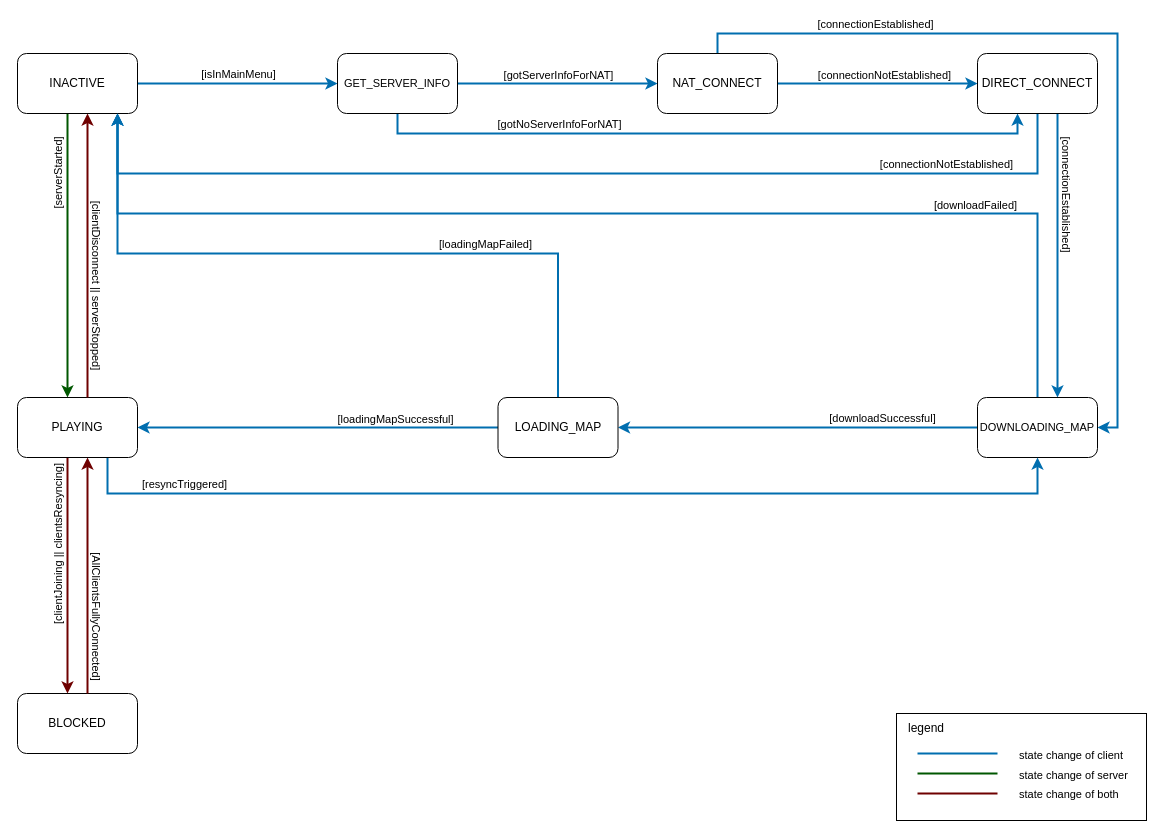
Before: docs/State_Machine.drawio in CitiesSkylinesMultiplayer/CS2M, a draw.io diagram. Source tidied: cells renumbered, new cells numbered last; positions are measured from the earlier drawing's top-left corner, leaving out a move shared by most shapes. Both pictures are drawn from the tidied source at 100%, with x=0, y=0 at pixel (17, 33).
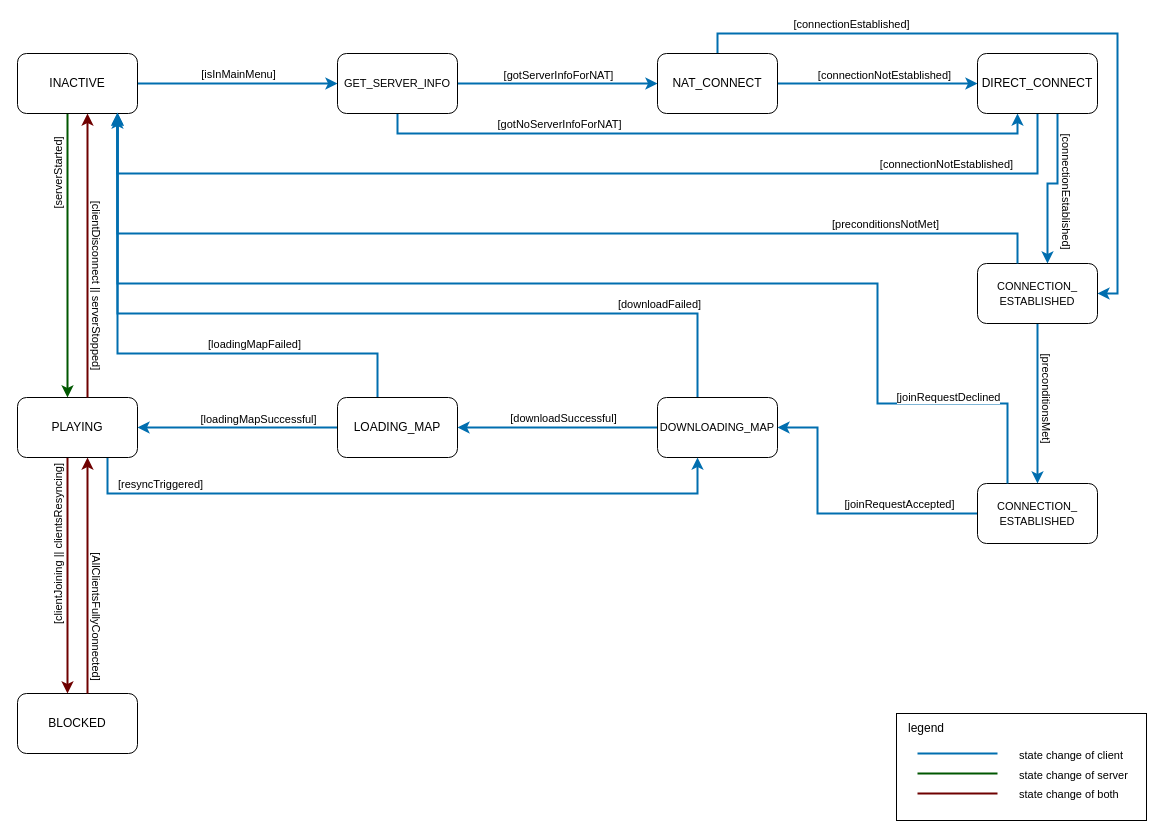
The same page after the edit.

The change refers to these unchanged cells:
```xml
<mxCell id="7" value="INACTIVE" style="rounded=1;whiteSpace=wrap;html=1;" parent="1" vertex="1">
  <mxGeometry y="20" width="120" height="60" as="geometry" />
</mxCell>
<mxCell id="17" value="NAT_CONNECT" style="whiteSpace=wrap;html=1;rounded=1;" parent="1" vertex="1">
  <mxGeometry x="640" y="20" width="120" height="60" as="geometry" />
</mxCell>
<mxCell id="22" value="DIRECT_CONNECT" style="whiteSpace=wrap;html=1;rounded=1;" parent="1" vertex="1">
  <mxGeometry x="960" y="20" width="120" height="60" as="geometry" />
</mxCell>
<mxCell id="23" style="edgeStyle=orthogonalEdgeStyle;rounded=0;jettySize=auto;html=1;fillColor=#1ba1e2;strokeColor=#006EAF;strokeWidth=2;" parent="1" edge="1" source="27" target="32">
  <mxGeometry relative="1" as="geometry" />
</mxCell>
<mxCell id="37" value="PLAYING" style="whiteSpace=wrap;html=1;rounded=1;" parent="1" vertex="1">
  <mxGeometry y="364" width="120" height="60" as="geometry" />
</mxCell>
```

Change to the diagram source:
```diff
@@
-    <mxCell id="15" style="edgeStyle=orthogonalEdgeStyle;rounded=0;jettySize=auto;html=1;fillColor=#1ba1e2;strokeColor=#006EAF;strokeWidth=2;" parent="1" edge="1" source="17" target="27">
+    <mxCell id="15" style="edgeStyle=orthogonalEdgeStyle;rounded=0;jettySize=auto;html=1;fillColor=#1ba1e2;strokeColor=#006EAF;strokeWidth=2;entryX=1;entryY=0.5;entryDx=0;entryDy=0;" parent="1" edge="1" source="17" target="52">
       <mxGeometry relative="1" as="geometry">
         <Array as="points">
           <mxPoint x="700" />
           <mxPoint x="1100" />
-          <mxPoint x="1100" y="394" />
+          <mxPoint x="1100" y="260" />
         </Array>
       </mxGeometry>
     </mxCell>
@@
-    <mxCell id="18" style="edgeStyle=orthogonalEdgeStyle;rounded=0;jettySize=auto;html=1;fillColor=#1ba1e2;strokeColor=#006EAF;strokeWidth=2;" parent="1" edge="1" source="22" target="27">
+    <mxCell id="18" style="edgeStyle=orthogonalEdgeStyle;rounded=0;jettySize=auto;html=1;fillColor=#1ba1e2;strokeColor=#006EAF;strokeWidth=2;" parent="1" edge="1" source="22" target="52">
       <mxGeometry relative="1" as="geometry">
         <Array as="points">
-          <mxPoint x="1040" y="220" />
-          <mxPoint x="1040" y="220" />
+          <mxPoint x="1040" y="150" />
+          <mxPoint x="1030" y="150" />
         </Array>
       </mxGeometry>
     </mxCell>
     <mxCell id="19" value="[connectionEstablished]" style="edgeLabel;html=1;align=center;verticalAlign=middle;rotation=90;" parent="18" vertex="1">
       <mxGeometry x="-0.66" y="-3" relative="1" as="geometry">
-        <mxPoint x="13" y="32" as="offset" />
+        <mxPoint x="13" y="50" as="offset" />
       </mxGeometry>
     </mxCell>
@@
     <mxCell id="24" value="[downloadSuccessful]" style="edgeLabel;html=1;align=center;verticalAlign=middle;" parent="23" vertex="1">
       <mxGeometry x="-0.55" y="2" relative="1" as="geometry">
-        <mxPoint x="-15" y="-12" as="offset" />
+        <mxPoint x="-50" y="-12" as="offset" />
       </mxGeometry>
     </mxCell>
     <mxCell id="25" style="edgeStyle=orthogonalEdgeStyle;rounded=0;jettySize=auto;html=1;fillColor=#1ba1e2;strokeColor=#006EAF;strokeWidth=2;" parent="1" edge="1" source="27" target="7">
       <mxGeometry relative="1" as="geometry">
         <Array as="points">
-          <mxPoint x="1020" y="180" />
-          <mxPoint x="100" y="180" />
+          <mxPoint x="680" y="280" />
+          <mxPoint x="100" y="280" />
         </Array>
       </mxGeometry>
     </mxCell>
     <mxCell id="26" value="[downloadFailed]" style="edgeLabel;html=1;align=center;verticalAlign=middle;" parent="25" vertex="1">
       <mxGeometry x="-0.66" y="1" relative="1" as="geometry">
-        <mxPoint x="-42" y="-10" as="offset" />
+        <mxPoint x="24" y="-11" as="offset" />
       </mxGeometry>
     </mxCell>
     <mxCell id="27" value="&lt;font style=&quot;font-size: 11px;&quot;&gt;DOWNLOADING_MAP&lt;/font&gt;" style="whiteSpace=wrap;html=1;rounded=1;" parent="1" vertex="1">
-      <mxGeometry x="960" y="364" width="120" height="60" as="geometry" />
+      <mxGeometry x="640" y="364" width="120" height="60" as="geometry" />
     </mxCell>
@@
     <mxCell id="30" style="edgeStyle=orthogonalEdgeStyle;rounded=0;jettySize=auto;html=1;fillColor=#1ba1e2;strokeColor=#006EAF;strokeWidth=2;" parent="1" edge="1" source="32" target="7">
       <mxGeometry relative="1" as="geometry">
         <Array as="points">
-          <mxPoint x="541" y="220" />
-          <mxPoint x="100" y="220" />
+          <mxPoint x="360" y="320" />
+          <mxPoint x="100" y="320" />
         </Array>
       </mxGeometry>
     </mxCell>
@@
     <mxCell id="32" value="LOADING_MAP" style="whiteSpace=wrap;html=1;rounded=1;" parent="1" vertex="1">
-      <mxGeometry x="480.5" y="364" width="120" height="60" as="geometry" />
+      <mxGeometry x="320" y="364" width="120" height="60" as="geometry" />
     </mxCell>
     <mxCell id="33" style="edgeStyle=orthogonalEdgeStyle;rounded=0;jettySize=auto;html=1;fillColor=#1ba1e2;strokeColor=#006EAF;strokeWidth=2;" parent="1" edge="1" source="37" target="27">
       <mxGeometry relative="1" as="geometry">
         <Array as="points">
           <mxPoint x="90" y="460" />
-          <mxPoint x="1020" y="460" />
+          <mxPoint x="680" y="460" />
         </Array>
       </mxGeometry>
     </mxCell>
@@
+    <mxCell id="50" style="edgeStyle=orthogonalEdgeStyle;rounded=0;jettySize=auto;html=1;exitX=0.5;exitY=1;exitDx=0;exitDy=0;entryX=0.5;entryY=0;entryDx=0;entryDy=0;fillColor=#1ba1e2;strokeColor=#006EAF;strokeWidth=2;" parent="1" edge="1" source="52" target="55">
+      <mxGeometry relative="1" as="geometry" />
+    </mxCell>
+    <mxCell id="51" value="[preconditionsMet]" style="edgeLabel;html=1;align=center;verticalAlign=middle;rotation=90;" parent="50" vertex="1">
+      <mxGeometry x="0.51" y="1" relative="1" as="geometry">
+        <mxPoint x="9" y="-47" as="offset" />
+      </mxGeometry>
+    </mxCell>
+    <mxCell id="52" value="&lt;font style=&quot;font-size: 11px;&quot;&gt;CONNECTION_&lt;/font&gt;&lt;div&gt;&lt;font style=&quot;font-size: 11px;&quot;&gt;ESTABLISHED&lt;/font&gt;&lt;/div&gt;" style="whiteSpace=wrap;html=1;rounded=1;" parent="1" vertex="1">
+      <mxGeometry x="960" y="230" width="120" height="60" as="geometry" />
+    </mxCell>
+    <mxCell id="53" style="edgeStyle=orthogonalEdgeStyle;rounded=0;jettySize=auto;html=1;entryX=1;entryY=0.5;entryDx=0;entryDy=0;fillColor=#1ba1e2;strokeColor=#006EAF;strokeWidth=2;" parent="1" edge="1" source="55" target="27">
+      <mxGeometry relative="1" as="geometry">
+        <Array as="points">
+          <mxPoint x="800" y="480" />
+          <mxPoint x="800" y="394" />
+        </Array>
+      </mxGeometry>
+    </mxCell>
+    <mxCell id="54" value="[joinRequestAccepted]" style="edgeLabel;html=1;align=center;verticalAlign=middle;" parent="53" vertex="1">
+      <mxGeometry x="0.08" y="4" relative="1" as="geometry">
+        <mxPoint x="75" y="-14" as="offset" />
+      </mxGeometry>
+    </mxCell>
+    <mxCell id="55" value="&lt;font style=&quot;font-size: 11px;&quot;&gt;CONNECTION_&lt;/font&gt;&lt;div&gt;&lt;font style=&quot;font-size: 11px;&quot;&gt;ESTABLISHED&lt;/font&gt;&lt;/div&gt;" style="whiteSpace=wrap;html=1;rounded=1;" parent="1" vertex="1">
+      <mxGeometry x="960" y="450" width="120" height="60" as="geometry" />
+    </mxCell>
+    <mxCell id="56" style="edgeStyle=orthogonalEdgeStyle;rounded=0;jettySize=auto;html=1;entryX=0.833;entryY=0.983;entryDx=0;entryDy=0;entryPerimeter=0;fillColor=#1ba1e2;strokeColor=#006EAF;strokeWidth=2;" parent="1" edge="1" source="52" target="7">
+      <mxGeometry relative="1" as="geometry">
+        <Array as="points">
+          <mxPoint x="1000" y="200" />
+          <mxPoint x="100" y="200" />
+        </Array>
+      </mxGeometry>
+    </mxCell>
+    <mxCell id="57" value="[preconditionsNotMet]" style="edgeLabel;html=1;align=center;verticalAlign=middle;" parent="56" vertex="1">
+      <mxGeometry x="-0.69" relative="1" as="geometry">
+        <mxPoint y="-10" as="offset" />
+      </mxGeometry>
+    </mxCell>
+    <mxCell id="58" style="edgeStyle=orthogonalEdgeStyle;rounded=0;jettySize=auto;html=1;exitX=0.25;exitY=0;exitDx=0;exitDy=0;entryX=0.833;entryY=1.05;entryDx=0;entryDy=0;entryPerimeter=0;fillColor=#1ba1e2;strokeColor=#006EAF;strokeWidth=2;" parent="1" edge="1" source="55" target="7">
+      <mxGeometry relative="1" as="geometry">
+        <Array as="points">
+          <mxPoint x="990" y="370" />
+          <mxPoint x="860" y="370" />
+          <mxPoint x="860" y="250" />
+          <mxPoint x="100" y="250" />
+        </Array>
+      </mxGeometry>
+    </mxCell>
+    <mxCell id="59" value="[joinRequestDeclined" style="edgeLabel;html=1;align=center;verticalAlign=middle;" parent="58" vertex="1">
+      <mxGeometry x="-0.6" y="2" relative="1" as="geometry">
+        <mxPoint x="72" y="34" as="offset" />
+      </mxGeometry>
+    </mxCell>
```
